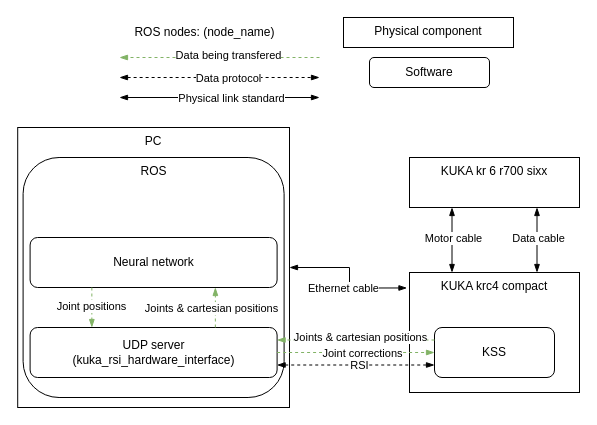
Above: src/Unavngivet diagram.drawio in kasperfg16/p8_sewbot (draw.io), before the change. Source tidied: cells renumbered, new cells numbered last; positions are measured from the earlier drawing's top-left corner, leaving out a move shared by most shapes. Both pictures are drawn from the tidied source at 100%, with x=0, y=0 at pixel (17, 17).
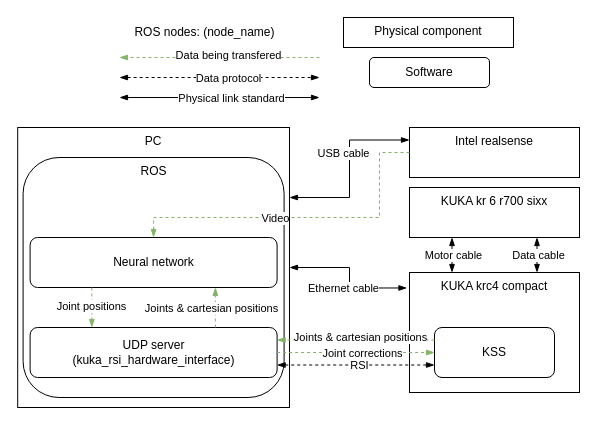
Above is the later version.

The change refers to these unchanged cells:
```xml
<mxCell id="4" value="PC" style="rounded=0;whiteSpace=wrap;html=1;verticalAlign=top;" parent="3" vertex="1">
  <mxGeometry x="-51.8" width="271.8" height="280" as="geometry" />
</mxCell>
<mxCell id="6" value="Neural network" style="rounded=1;whiteSpace=wrap;html=1;" parent="3" vertex="1">
  <mxGeometry x="-39.4" y="110" width="247" height="50" as="geometry" />
</mxCell>
<mxCell id="17" style="edgeStyle=orthogonalEdgeStyle;rounded=0;jettySize=auto;html=1;exitX=0.25;exitY=0;exitDx=0;exitDy=0;entryX=0.25;entryY=1;entryDx=0;entryDy=0;endArrow=blockThin;endFill=1;startArrow=blockThin;startFill=1;" parent="1" edge="1" source="13" target="2">
  <mxGeometry relative="1" as="geometry" />
</mxCell>
<mxCell id="33" style="edgeStyle=orthogonalEdgeStyle;rounded=0;jettySize=auto;html=1;exitX=0.75;exitY=0;exitDx=0;exitDy=0;entryX=0.75;entryY=1;entryDx=0;entryDy=0;endArrow=blockThin;endFill=1;startArrow=blockThin;startFill=1;" parent="1" edge="1" source="13" target="2">
  <mxGeometry relative="1" as="geometry" />
</mxCell>
```

What changed in the source:
```diff
@@
     <mxCell id="2" value="KUKA kr 6 r700 sixx" style="rounded=0;whiteSpace=wrap;html=1;verticalAlign=top;" parent="1" vertex="1">
-      <mxGeometry x="392" y="140" width="170" height="50" as="geometry" />
+      <mxGeometry x="392" y="170" width="170" height="50" as="geometry" />
     </mxCell>
@@
     <mxCell id="18" value="Motor cable " style="edgeLabel;html=1;align=center;verticalAlign=middle;" parent="17" vertex="1">
       <mxGeometry x="0.25" y="-1" relative="1" as="geometry">
-        <mxPoint y="6" as="offset" />
+        <mxPoint y="4" as="offset" />
       </mxGeometry>
     </mxCell>
@@
     <mxCell id="34" value="Data cable " style="edgeLabel;html=1;align=center;verticalAlign=middle;" parent="33" vertex="1">
       <mxGeometry x="0.25" y="-1" relative="1" as="geometry">
-        <mxPoint y="6" as="offset" />
+        <mxPoint y="4" as="offset" />
       </mxGeometry>
     </mxCell>
@@
+    <mxCell id="37" value="Intel realsense" style="rounded=0;whiteSpace=wrap;html=1;verticalAlign=top;" parent="1" vertex="1">
+      <mxGeometry x="392" y="110" width="170" height="50" as="geometry" />
+    </mxCell>
+    <mxCell id="38" style="edgeStyle=orthogonalEdgeStyle;rounded=0;jettySize=auto;html=1;exitX=1;exitY=0.25;exitDx=0;exitDy=0;endArrow=blockThin;endFill=1;startArrow=blockThin;startFill=1;entryX=0;entryY=0.25;entryDx=0;entryDy=0;" parent="1" edge="1" source="4" target="37">
+      <mxGeometry relative="1" as="geometry" />
+    </mxCell>
+    <mxCell id="39" value="USB cable" style="edgeLabel;html=1;align=center;verticalAlign=middle;" parent="38" vertex="1">
+      <mxGeometry x="0.18" relative="1" as="geometry">
+        <mxPoint x="-7" as="offset" />
+      </mxGeometry>
+    </mxCell>
+    <mxCell id="40" style="edgeStyle=orthogonalEdgeStyle;rounded=0;jettySize=auto;html=1;exitX=0;exitY=0.5;exitDx=0;exitDy=0;dashed=1;endArrow=blockThin;endFill=1;startArrow=none;startFill=0;fillColor=#d5e8d4;strokeColor=#82b366;entryX=0.5;entryY=0;entryDx=0;entryDy=0;" parent="1" edge="1" source="37" target="6">
+      <mxGeometry relative="1" as="geometry">
+        <Array as="points">
+          <mxPoint x="362" y="135" />
+          <mxPoint x="362" y="200" />
+          <mxPoint x="136" y="200" />
+        </Array>
+      </mxGeometry>
+    </mxCell>
+    <mxCell id="41" value="Video" style="edgeLabel;html=1;align=center;verticalAlign=middle;" parent="40" vertex="1">
+      <mxGeometry x="0.11" y="1" relative="1" as="geometry">
+        <mxPoint x="-11" y="-1" as="offset" />
+      </mxGeometry>
+    </mxCell>
```
